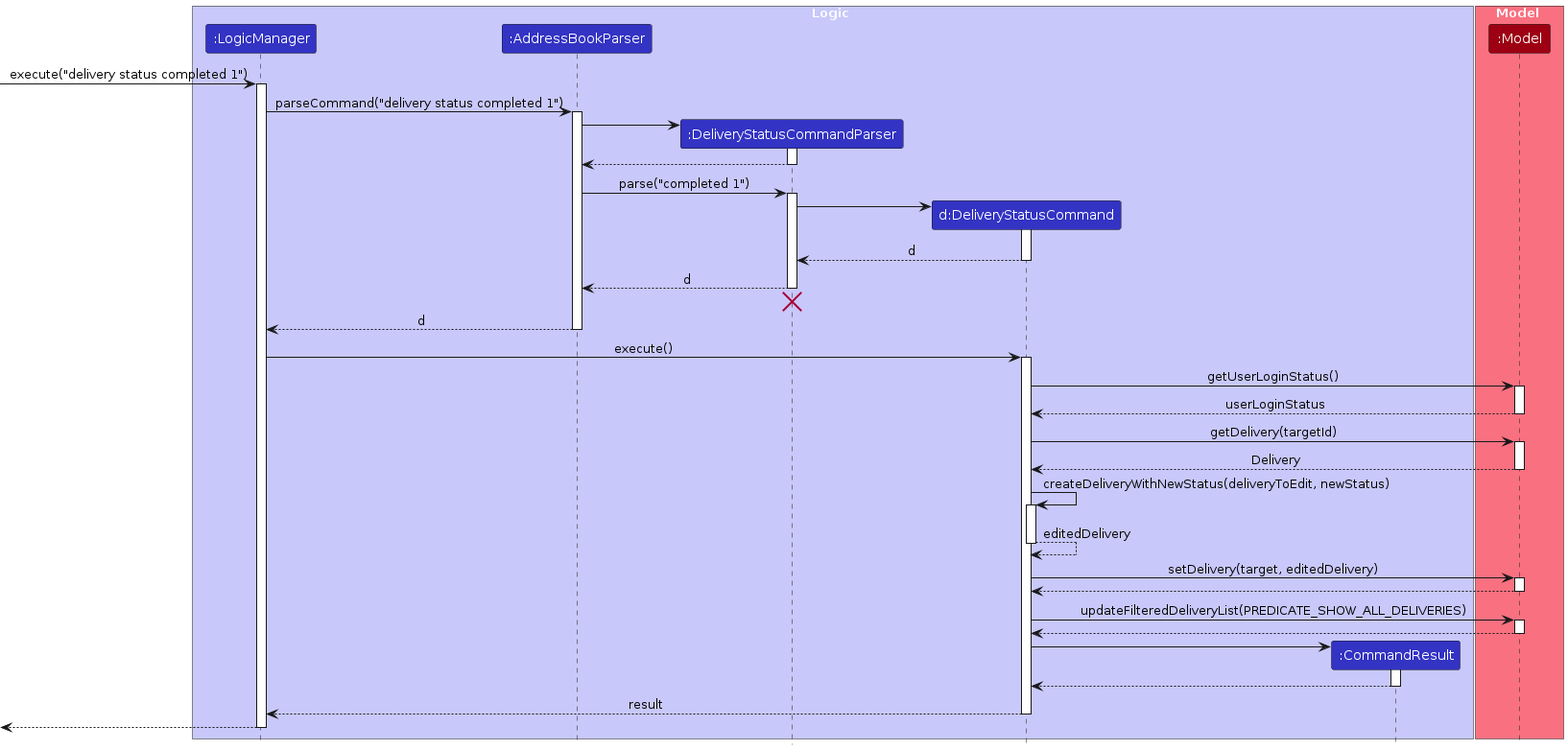
Before: diagrams/DeliveryStatusCommandSequenceDiagram.png, a diagram exported from PlantUML (zhonghan721/tp). Its source is kept beside it as diagrams/DeliveryStatusCommandSequenceDiagram.puml.
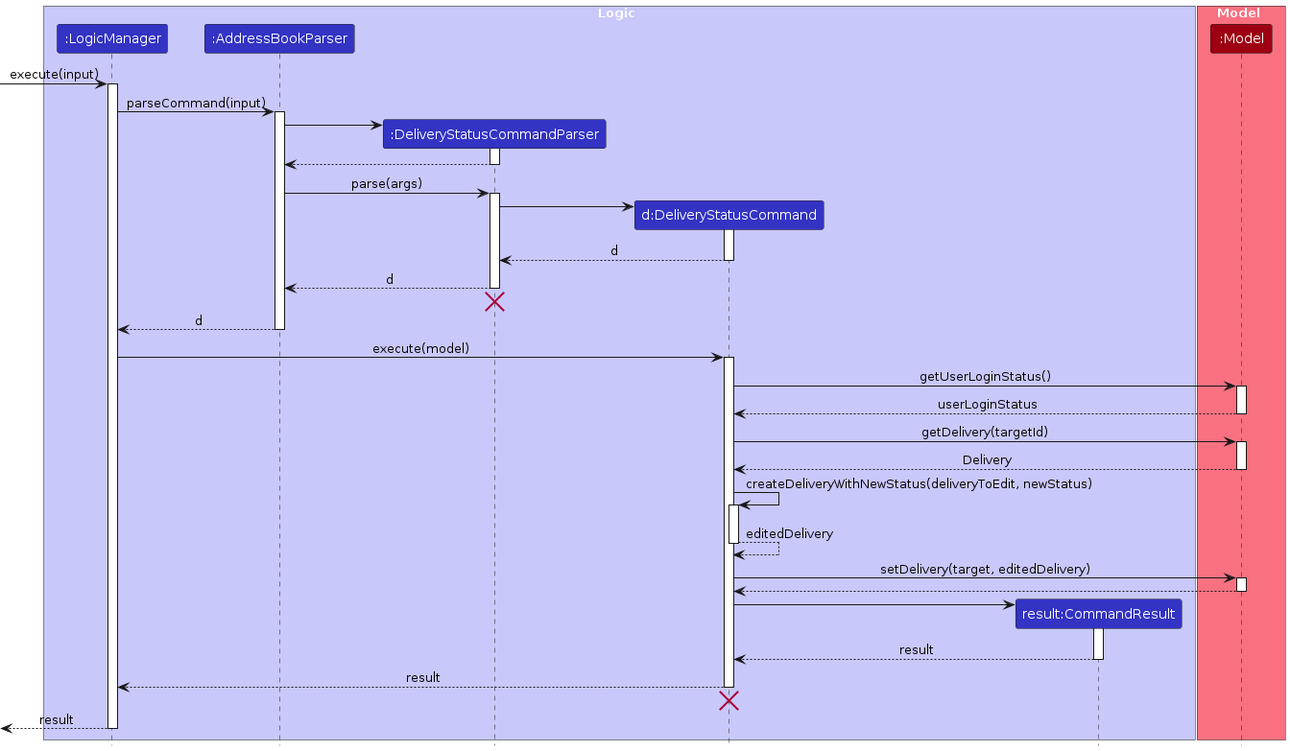
After the commit.

The edit, as a diff of the source:
```diff
@@ -7,17 +7,17 @@
 participant ":AddressBookParser" as AddressBookParser LOGIC_COLOR
 participant ":DeliveryStatusCommandParser" as DeliveryStatusCommandParser LOGIC_COLOR
 participant "d:DeliveryStatusCommand" as DeliveryStatusCommand LOGIC_COLOR
-participant ":CommandResult" as CommandResult LOGIC_COLOR
+participant "result:CommandResult" as CommandResult LOGIC_COLOR
 end box
 
 box Model MODEL_COLOR_T1
 participant ":Model" as Model MODEL_COLOR
 end box
 
-[-> LogicManager : execute("delivery status completed 1")
+[-> LogicManager : execute(input)
 activate LogicManager
 
-LogicManager -> AddressBookParser : parseCommand("delivery status completed 1")
+LogicManager -> AddressBookParser : parseCommand(input)
 activate AddressBookParser
 
 create DeliveryStatusCommandParser
@@ -27,7 +27,7 @@
 DeliveryStatusCommandParser --> AddressBookParser
 deactivate DeliveryStatusCommandParser
 
-AddressBookParser -> DeliveryStatusCommandParser : parse("completed 1")
+AddressBookParser -> DeliveryStatusCommandParser : parse(args)
 activate DeliveryStatusCommandParser
 
 create DeliveryStatusCommand
@@ -45,7 +45,7 @@
 AddressBookParser --> LogicManager : d
 deactivate AddressBookParser
 
-LogicManager -> DeliveryStatusCommand : execute()
+LogicManager -> DeliveryStatusCommand : execute(model)
 activate DeliveryStatusCommand
 
 DeliveryStatusCommand -> Model : getUserLoginStatus()
@@ -72,23 +72,20 @@
 Model --> DeliveryStatusCommand
 deactivate Model
 
-DeliveryStatusCommand -> Model : updateFilteredDeliveryList(PREDICATE_SHOW_ALL_DELIVERIES)
-activate Model
-
-Model --> DeliveryStatusCommand
-deactivate Model
-
 create CommandResult
 DeliveryStatusCommand -> CommandResult
 activate CommandResult
 
-CommandResult --> DeliveryStatusCommand
+CommandResult --> DeliveryStatusCommand : result
 deactivate CommandResult
 
 DeliveryStatusCommand --> LogicManager : result
 deactivate DeliveryStatusCommand
 
-[<--LogicManager
+DeliveryStatusCommand -[hidden]-> LogicManager
+destroy DeliveryStatusCommand
+
+[<--LogicManager : result
 deactivate LogicManager
 
 @enduml
```
